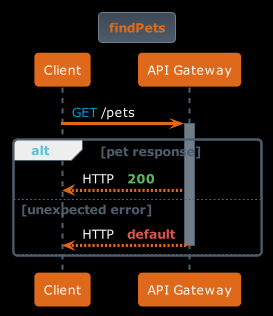
The PlantUML diagram getPets-superhero.png in bschwarz/omskep, before a commit. Source of this version:
```plantuml
@startuml



skinparam backgroundColor black






skinparam defaultFontName       "Verdana"
skinparam defaultFontSize       12
skinparam dpi                   100
skinparam shadowing             false
skinparam roundcorner           8
skinparam ParticipantPadding    10
skinparam BoxPadding            2
skinparam Padding               2
skinparam ArrowColor            #4E5D6C
skinparam title {
	FontColor	                 #DF691A
	BorderColor	                 #717d89
	FontSize	    	         20
	BorderRoundCorner            8
	BorderThickness 	         1
	BackgroundColor              #3e4a56-#4E5D6C
}

skinparam legend {
	BackgroundColor #4E5D6C
	BorderColor #717d89
	FontColor #abb6c2
}

skinparam activity {
	FontColor #FFF
	BorderColor #DF691A
	BackgroundColor #DF691A
	BarColor #5cb85c
	StartColor #5bc0de
	EndColor #5bc0de
	DiamondBackgroundColor #3e4a56
  	DiamondBorderColor #717d89
  	DiamondFontColor #FFF
}

skinparam sequence {
	BorderColor #DF691A
	TitleFontColor #DF691A
	BackgroundColor black
	StartColor #DF691A
	EndColor #DF691A
    ParticipantBackgroundColor #DF691A
    ParticipantBorderColor #DF691A
	ParticipantBorderThickness 0
	ParticipantFontColor #FFF
	ActorBackgroundColor black
    ActorBorderColor #DF691A
	ActorFontColor #DF691A
	ArrowThickness 3
	ArrowColor #DF691A
	ArrowFontColor #FFF
	BoxBackgroundColor black
	BoxBorderColor #4E5D6C
	BoxFontColor $DARk
	LifeLineBorderColor #4E5D6C
	LifeLineBorderThickness 2
	LifeLineBackgroundColor #717d89
	GroupBorderColor #4E5D6C
	GroupFontColor #4E5D6C
	GroupHeaderFontColor #5bc0de
	DividerBackgroundColor #4E5D6C
    DividerBorderColor #4E5D6C
    DividerBorderThickness 2
    DividerFontColor #abb6c2
	ReferenceBackgroundColor black
	ReferenceBorderColor #4E5D6C
	ReferenceFontColor #4E5D6C
	ReferenceHeaderFontColor #5bc0de
}

skinparam partition {
	BorderColor #DF691A
	FontColor #DF691A
	BackgroundColor black
}

skinparam collections {
	BackgroundColor #DF691A
	BorderColor #e58748
}

skinparam control {
	BackgroundColor  #DF691A
	BorderColor #e58748
	FontColor #4E5D6C
}

skinparam entity {
	BackgroundColor  #DF691A
	BorderColor #e58748
	FontColor #4E5D6C
}

skinparam boundary {
	BackgroundColor  #DF691A
	BorderColor #e58748
	FontColor #4E5D6C
}

skinparam agent {
	BackgroundColor #f0ad4e
	BorderColor #C08A3E
	FontColor #4E5D6C
}

skinparam note {
	BorderThickness 1
	BackgroundColor #5bc0de
	BorderColor #7ccde5
	FontColor #FFF
}

skinparam artifact {
	BackgroundColor #4E5D6C
	BorderColor #717d89
	FontColor #abb6c2
}

skinparam component {
	BackgroundColor  #5cb85c
	BorderColor  #4a934a
	FontColor #FFF
}

skinparam interface {
	BackgroundColor  #e17572
	BorderColor  #d9534f
	FontColor #4E5D6C
}

skinparam storage {
	BackgroundColor #f0ad4e
  	BorderColor #f3bd71
	FontColor #FFF
}

skinparam node {
	BackgroundColor  #4E5D6C
	BorderColor #abb6c2
	FontColor #abb6c2
}

skinparam cloud {
	BackgroundColor white-lightskyblue
	BorderColor black
	FontColor #4E5D6C
}

skinparam database {
	BackgroundColor  #DF691A
	BorderColor #e58748
	FontColor #4E5D6C
}

skinparam actor {
	FontColor #4E5D6C
}

skinparam class {
	HeaderBackgroundColor #b25415
	FontColor #FFF
	BackgroundColor #DF691A
	BorderColor #e58748
	StereotypeFontColor #4E5D6C
	BorderThickness 1
	AttributeFontColor #abb6c2
	AttributeFontSize 11
}

skinparam object {
	FontColor #5cb85c
	BackgroundColor #4E5D6C
	BorderColor #717d89
	StereotypeFontColor #4E5D6C
	BorderThickness 1
	AttributeFontColor #FFF
	AttributeFontSize 11
}

skinparam usecase {
	BackgroundColor #4E5D6C
	BorderColor #4E5D6C
	BorderThickness 2
	FontColor #FFF
	StereotypeFontColor #DF691A
}

skinparam rectangle {
	BackgroundColor #3e4a56
	BorderColor #b25415
	BorderThickness 2
	FontColor #DF691A
	StereotypeFontColor #DF691A
}

skinparam package {
	BackgroundColor #4E5D6C
  	BorderColor #DF691A
	FontColor #DF691A
	BorderThickness 2
}

skinparam folder {
	BackgroundColor #3e4a56
  	BorderColor #f0ad4e
	FontColor #f0ad4e
	BorderThickness 2
}

skinparam frame {
	BackgroundColor #3e4a56
  	BorderColor #5bc0de
	FontColor #5bc0de
	BorderThickness 2
}

skinparam state {
	StartColor #5bc0de
	EndColor #5bc0de
	BackgroundColor #4E5D6C
	BorderColor #717d89
	FontColor #5bc0de
	AttributeFontColor #FFF
	AttributeFontSize 11
}

skinparam queue {
	BackgroundColor #C08A3E
  	BorderColor #f0ad4e
	FontColor #FFF
}

skinparam card {
	BackgroundColor #5bc0de
	BorderColor #7ccde5
	FontColor #FFF
}

skinparam file {
	BackgroundColor #717d89
	BorderColor #abb6c2
	FontColor #abb6c2
}

skinparam stack {
	BackgroundColor #e58748-#b25415
	BorderColor #e58748
	FontColor #FFF
}

skinparam  {

}
skinparam sequence {

}
title findPets

participant "Client" as C
participant "API Gateway" as G
C->G: <color #009fdb>GET</color> /pets
activate G
alt pet response
G-->C: HTTP   <font color=#5cb85c><b>200
else unexpected error
G-->C: HTTP   <font color=#d9534f><b>default
else
deactivate G
end
@enduml
```
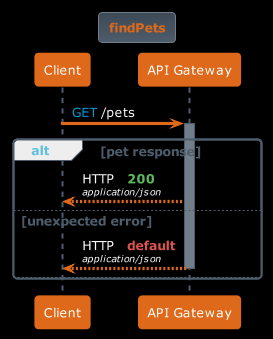
The same file after the commit.

Commit message:
new images based off of media type being shown in diagram

Diff of the diagram source:
```diff
@@ -273,9 +273,9 @@
 C->G: <color #009fdb>GET</color> /pets
 activate G
 alt pet response
-G-->C: HTTP   <font color=#5cb85c><b>200
+G-->C: HTTP   <font color=#5cb85c><b>200\n<i><size:9>application/json
 else unexpected error
-G-->C: HTTP   <font color=#d9534f><b>default
+G-->C: HTTP   <font color=#d9534f><b>default\n<i><size:9>application/json
 else
 deactivate G
 end
```
